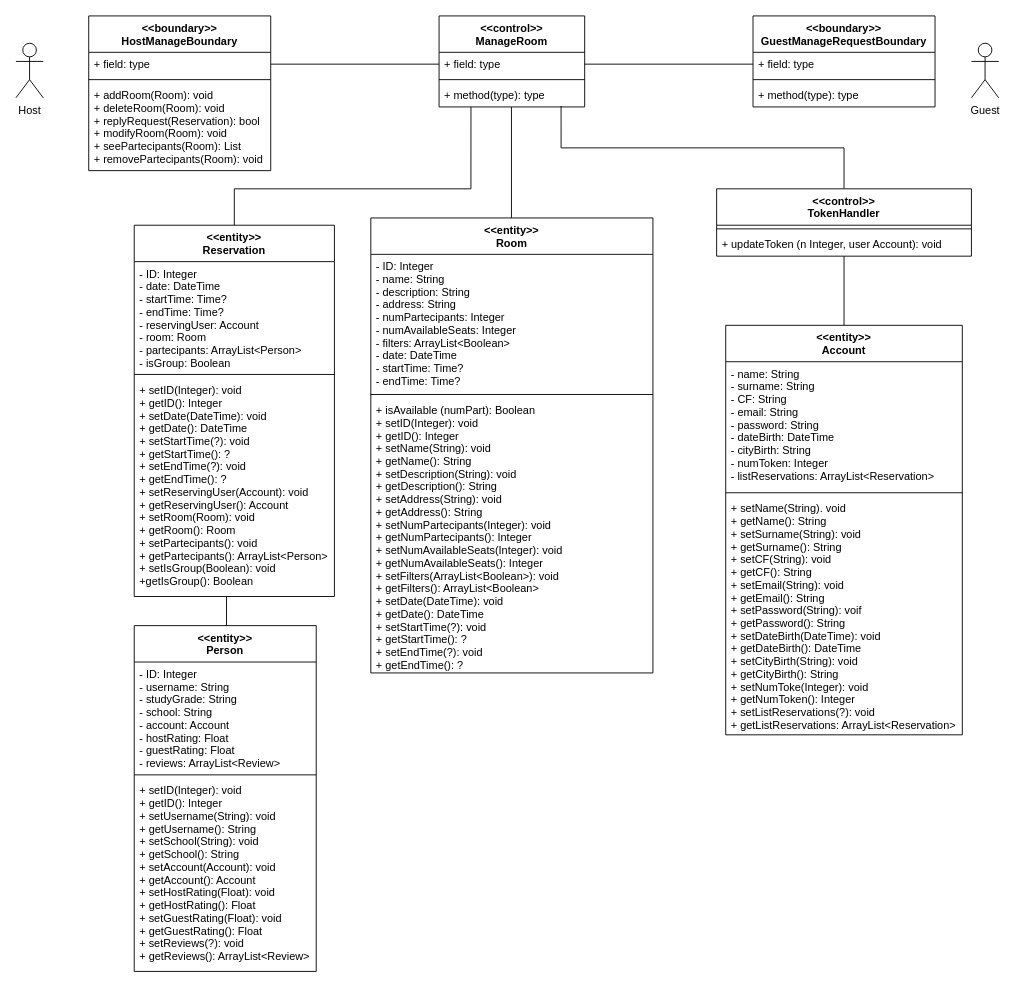
The draw.io diagram Docs/VoPC/VoPC ManageRoom.drawio in nic-agos/DoveStudi, before the edit. Source tidied: cells renumbered, new cells numbered last; positions are measured from the earlier drawing's top-left corner, leaving out a move shared by most shapes. Both pictures are drawn from the tidied source at 91%, with x=0, y=0 at pixel (15, 15).
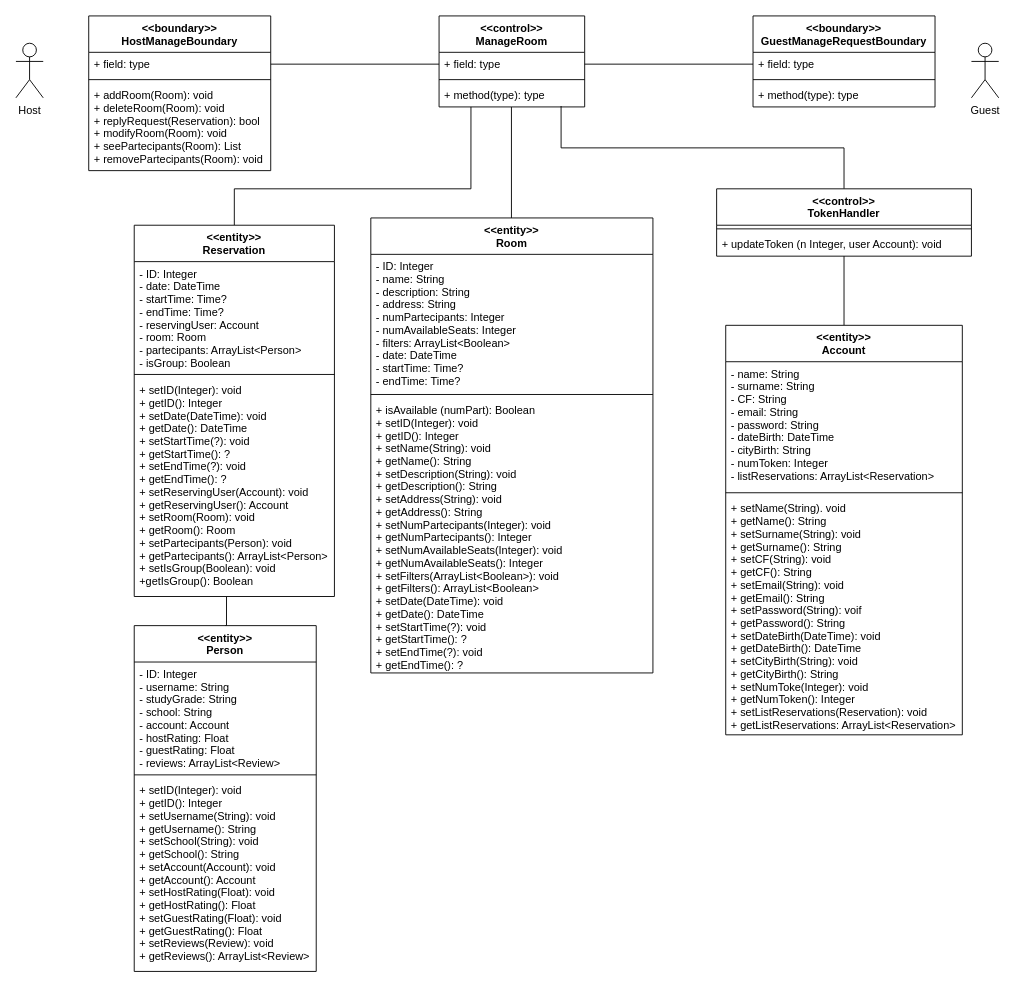
After the change.

The change refers to these unchanged cells:
```xml
<mxCell id="12" value="&lt;&lt;entity&gt;&gt;&#10;Reservation" style="swimlane;fontStyle=1;align=center;verticalAlign=top;horizontal=1;startSize=40;" parent="1" vertex="1">
  <mxGeometry x="130" y="230" width="220" height="408" as="geometry" />
</mxCell>
<mxCell id="33" value="&lt;&lt;entity&gt;&gt;&#10;Account" style="swimlane;fontStyle=1;align=center;verticalAlign=top;horizontal=1;startSize=40;" parent="1" vertex="1">
  <mxGeometry x="780" y="340" width="260" height="450" as="geometry" />
</mxCell>
<mxCell id="38" value="&lt;&lt;entity&gt;&gt;&#10;Person" style="swimlane;fontStyle=1;align=center;verticalAlign=top;horizontal=1;startSize=40;" parent="1" vertex="1">
  <mxGeometry x="130" y="670" width="200" height="380" as="geometry" />
</mxCell>
```

Change to the diagram source:
```diff
@@
-    <mxCell id="15" value="+ setID(Integer): void &#10;+ getID(): Integer&#10;+ setDate(DateTime): void&#10;+ getDate(): DateTime&#10;+ setStartTime(?): void&#10;+ getStartTime(): ?&#10;+ setEndTime(?): void&#10;+ getEndTime(): ?&#10;+ setReservingUser(Account): void&#10;+ getReservingUser(): Account&#10;+ setRoom(Room): void&#10;+ getRoom(): Room&#10;+ setPartecipants(): void&#10;+ getPartecipants(): ArrayList&lt;Person&gt;&#10;+ setIsGroup(Boolean): void&#10;+getIsGroup(): Boolean" style="text;strokeColor=none;fillColor=none;align=left;verticalAlign=top;spacingLeft=4;spacingRight=4;overflow=hidden;points=[[0,0.5],[1,0.5]];portConstraint=eastwest;" parent="12" vertex="1">
+    <mxCell id="15" value="+ setID(Integer): void &#10;+ getID(): Integer&#10;+ setDate(DateTime): void&#10;+ getDate(): DateTime&#10;+ setStartTime(?): void&#10;+ getStartTime(): ?&#10;+ setEndTime(?): void&#10;+ getEndTime(): ?&#10;+ setReservingUser(Account): void&#10;+ getReservingUser(): Account&#10;+ setRoom(Room): void&#10;+ getRoom(): Room&#10;+ setPartecipants(Person): void&#10;+ getPartecipants(): ArrayList&lt;Person&gt;&#10;+ setIsGroup(Boolean): void&#10;+getIsGroup(): Boolean" style="text;strokeColor=none;fillColor=none;align=left;verticalAlign=top;spacingLeft=4;spacingRight=4;overflow=hidden;points=[[0,0.5],[1,0.5]];portConstraint=eastwest;" parent="12" vertex="1">
       <mxGeometry y="168" width="220" height="240" as="geometry" />
     </mxCell>
@@
-    <mxCell id="36" value="+ setName(String). void&#10;+ getName(): String&#10;+ setSurname(String): void&#10;+ getSurname(): String&#10;+ setCF(String): void&#10;+ getCF(): String&#10;+ setEmail(String): void&#10;+ getEmail(): String&#10;+ setPassword(String): voif&#10;+ getPassword(): String&#10;+ setDateBirth(DateTime): void&#10;+ getDateBirth(): DateTime&#10;+ setCityBirth(String): void&#10;+ getCityBirth(): String&#10;+ setNumToke(Integer): void&#10;+ getNumToken(): Integer&#10;+ setListReservations(?): void&#10;+ getListReservations: ArrayList&lt;Reservation&gt;&#10;&#10;" style="text;strokeColor=none;fillColor=none;align=left;verticalAlign=top;spacingLeft=4;spacingRight=4;overflow=hidden;" parent="33" vertex="1">
+    <mxCell id="36" value="+ setName(String). void&#10;+ getName(): String&#10;+ setSurname(String): void&#10;+ getSurname(): String&#10;+ setCF(String): void&#10;+ getCF(): String&#10;+ setEmail(String): void&#10;+ getEmail(): String&#10;+ setPassword(String): voif&#10;+ getPassword(): String&#10;+ setDateBirth(DateTime): void&#10;+ getDateBirth(): DateTime&#10;+ setCityBirth(String): void&#10;+ getCityBirth(): String&#10;+ setNumToke(Integer): void&#10;+ getNumToken(): Integer&#10;+ setListReservations(Reservation): void&#10;+ getListReservations: ArrayList&lt;Reservation&gt;&#10;&#10;" style="text;strokeColor=none;fillColor=none;align=left;verticalAlign=top;spacingLeft=4;spacingRight=4;overflow=hidden;" parent="33" vertex="1">
       <mxGeometry y="188" width="260" height="262" as="geometry" />
     </mxCell>
@@
-    <mxCell id="41" value="+ setID(Integer): void&#10;+ getID(): Integer&#10;+ setUsername(String): void&#10;+ getUsername(): String&#10;+ setSchool(String): void&#10;+ getSchool(): String&#10;+ setAccount(Account): void&#10;+ getAccount(): Account&#10;+ setHostRating(Float): void&#10;+ getHostRating(): Float&#10;+ setGuestRating(Float): void&#10;+ getGuestRating(): Float&#10;+ setReviews(?): void&#10;+ getReviews(): ArrayList&lt;Review&gt;" style="text;strokeColor=none;fillColor=none;align=left;verticalAlign=top;spacingLeft=4;spacingRight=4;overflow=hidden;" parent="38" vertex="1">
+    <mxCell id="41" value="+ setID(Integer): void&#10;+ getID(): Integer&#10;+ setUsername(String): void&#10;+ getUsername(): String&#10;+ setSchool(String): void&#10;+ getSchool(): String&#10;+ setAccount(Account): void&#10;+ getAccount(): Account&#10;+ setHostRating(Float): void&#10;+ getHostRating(): Float&#10;+ setGuestRating(Float): void&#10;+ getGuestRating(): Float&#10;+ setReviews(Review): void&#10;+ getReviews(): ArrayList&lt;Review&gt;" style="text;strokeColor=none;fillColor=none;align=left;verticalAlign=top;spacingLeft=4;spacingRight=4;overflow=hidden;" parent="38" vertex="1">
       <mxGeometry y="168" width="200" height="212" as="geometry" />
     </mxCell>
```
